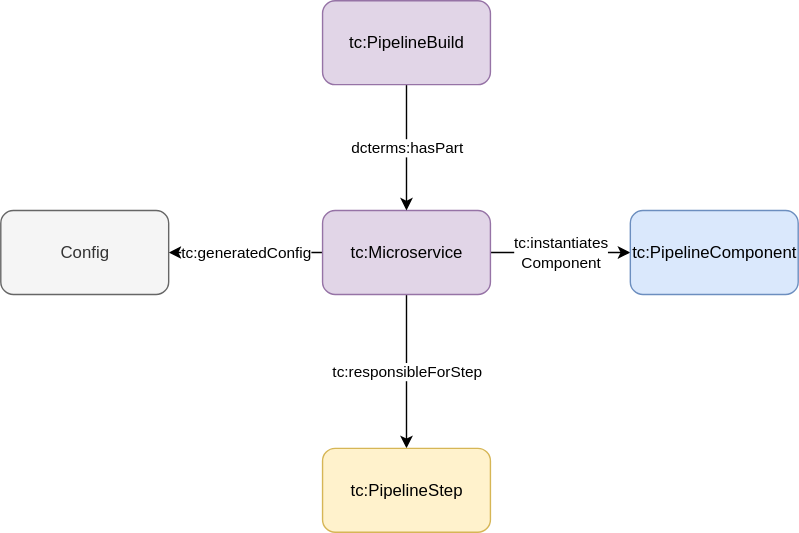
Above: semantic model/diagrams/pipeline_build.svg in thcarsten/toolchain-specification (draw.io), before the change. Source tidied: cells renumbered, new cells last; positions are measured from the earlier drawing's top-left corner, leaving out a move shared by most shapes.
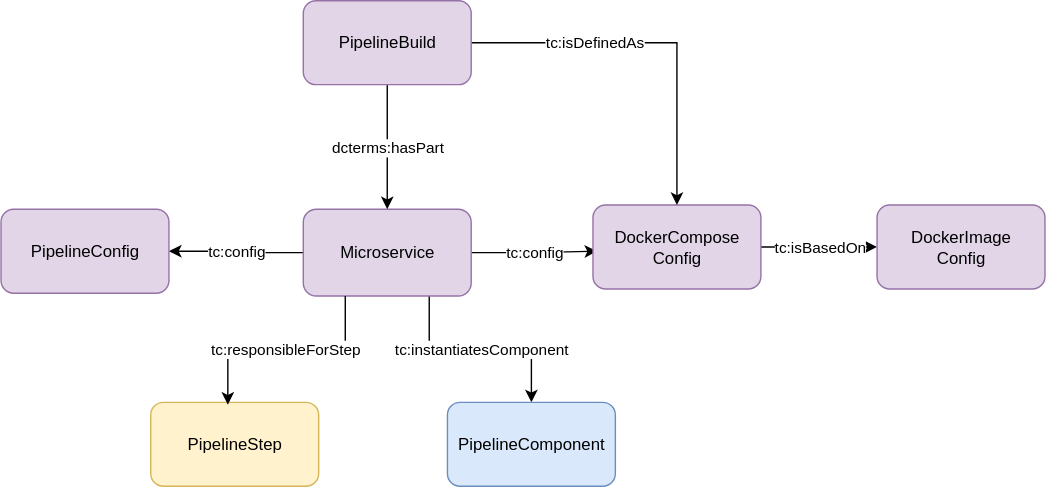
The same diagram one commit later.

What changed in the source:
```diff
@@ -2,32 +2,49 @@
   <root>
     <mxCell id="0" />
     <mxCell id="1" parent="0" />
-    <mxCell id="2" value="tc:generatedConfig" style="edgeStyle=orthogonalEdgeStyle;rounded=0;jettySize=auto;html=1;exitX=0;exitY=0.5;exitDx=0;exitDy=0;" parent="1" edge="1" source="5" target="10">
-      <mxGeometry relative="1" as="geometry" />
-    </mxCell>
-    <mxCell id="3" value="tc:instantiates&lt;div&gt;Component&lt;/div&gt;" style="edgeStyle=orthogonalEdgeStyle;rounded=0;jettySize=auto;html=1;exitX=1;exitY=0.5;exitDx=0;exitDy=0;" parent="1" edge="1" source="5" target="6">
-      <mxGeometry relative="1" as="geometry" />
-    </mxCell>
+    <mxCell id="11" value="tc:config" style="edgeStyle=orthogonalEdgeStyle;rounded=0;jettySize=auto;html=1;exitX=1;exitY=0.5;exitDx=0;exitDy=0;" parent="1" edge="1" source="14">
+      <mxGeometry relative="1" as="geometry">
+        <mxPoint x="1176" y="400" as="targetPoint" />
+      </mxGeometry>
+    </mxCell>
+    <mxCell id="12" value="tc:config" style="edgeStyle=orthogonalEdgeStyle;rounded=0;jettySize=auto;html=1;exitX=0;exitY=0.5;exitDx=0;exitDy=0;" parent="1" edge="1" source="14" target="18">
+      <mxGeometry relative="1" as="geometry" />
+    </mxCell>
+    <mxCell id="13" value="tc:instantiatesComponent" style="edgeStyle=orthogonalEdgeStyle;rounded=0;jettySize=auto;html=1;exitX=0.75;exitY=1;exitDx=0;exitDy=0;entryX=0.5;entryY=0;entryDx=0;entryDy=0;" parent="1" edge="1" source="14" target="15">
+      <mxGeometry relative="1" as="geometry" />
+    </mxCell>
+    <mxCell id="14" value="Microservice" style="rounded=1;whiteSpace=wrap;html=1;fillColor=#e1d5e7;strokeColor=#9673a6;" parent="1" vertex="1">
+      <mxGeometry x="966" y="370" width="120" height="62" as="geometry" />
+    </mxCell>
+    <mxCell id="15" value="PipelineComponent" style="rounded=1;whiteSpace=wrap;html=1;fillColor=#dae8fc;strokeColor=#6c8ebf;" parent="1" vertex="1">
+      <mxGeometry x="1069" y="508" width="120" height="60" as="geometry" />
+    </mxCell>
+    <mxCell id="16" value="tc:isBasedOn" style="edgeStyle=orthogonalEdgeStyle;rounded=0;jettySize=auto;html=1;exitX=1;exitY=0.5;exitDx=0;exitDy=0;entryX=0;entryY=0.5;entryDx=0;entryDy=0;" parent="1" edge="1" source="17" target="21">
+      <mxGeometry relative="1" as="geometry" />
+    </mxCell>
+    <mxCell id="17" value="DockerCompose&lt;div&gt;Config&lt;/div&gt;" style="rounded=1;whiteSpace=wrap;html=1;fillColor=#e1d5e7;strokeColor=#9673a6;" parent="1" vertex="1">
+      <mxGeometry x="1173" y="367" width="120" height="60" as="geometry" />
+    </mxCell>
+    <mxCell id="18" value="PipelineConfig" style="rounded=1;whiteSpace=wrap;html=1;fillColor=#e1d5e7;strokeColor=#9673a6;" parent="1" vertex="1">
+      <mxGeometry x="750" y="370" width="120" height="60" as="geometry" />
+    </mxCell>
+    <mxCell id="7" value="dcterms:hasPart" style="edgeStyle=orthogonalEdgeStyle;rounded=0;jettySize=auto;html=1;exitX=0.5;exitY=1;exitDx=0;exitDy=0;entryX=0.5;entryY=0;entryDx=0;entryDy=0;" parent="1" edge="1" source="20" target="14">
+      <mxGeometry relative="1" as="geometry" />
+    </mxCell>
+    <mxCell id="19" value="tc:isDefinedAs" style="edgeStyle=orthogonalEdgeStyle;rounded=0;jettySize=auto;html=1;exitX=1;exitY=0.5;exitDx=0;exitDy=0;entryX=0.5;entryY=0;entryDx=0;entryDy=0;" parent="1" edge="1" source="20" target="17">
+      <mxGeometry x="-0.33" relative="1" as="geometry" />
+    </mxCell>
+    <mxCell id="20" value="PipelineBuild" style="rounded=1;whiteSpace=wrap;html=1;fillColor=#e1d5e7;strokeColor=#9673a6;" parent="1" vertex="1">
+      <mxGeometry x="966" y="221" width="120" height="60" as="geometry" />
+    </mxCell>
+    <mxCell id="21" value="DockerImage&lt;div&gt;Config&lt;/div&gt;" style="rounded=1;whiteSpace=wrap;html=1;fillColor=#e1d5e7;strokeColor=#9673a6;" parent="1" vertex="1">
+      <mxGeometry x="1376" y="367" width="120" height="60" as="geometry" />
+    </mxCell>
+    <mxCell id="22" value="PipelineStep" style="rounded=1;whiteSpace=wrap;html=1;fillColor=#fff2cc;strokeColor=#d6b656;" parent="1" vertex="1">
+      <mxGeometry x="857" y="508" width="120" height="60" as="geometry" />
+    </mxCell>
-    <mxCell id="4" value="tc:responsibleForStep" style="edgeStyle=orthogonalEdgeStyle;rounded=0;jettySize=auto;html=1;exitX=0.5;exitY=1;exitDx=0;exitDy=0;entryX=0.5;entryY=0;entryDx=0;entryDy=0;" parent="1" edge="1" source="5" target="9">
+    <mxCell id="4" value="tc:responsibleForStep" style="edgeStyle=orthogonalEdgeStyle;rounded=0;jettySize=auto;html=1;exitX=0.25;exitY=1;exitDx=0;exitDy=0;entryX=0.459;entryY=0.028;entryDx=0;entryDy=0;entryPerimeter=0;" parent="1" edge="1" source="14" target="22">
       <mxGeometry relative="1" as="geometry" />
     </mxCell>
-    <mxCell id="5" value="tc:Microservice" style="rounded=1;whiteSpace=wrap;html=1;fillColor=#e1d5e7;strokeColor=#9673a6;" parent="1" vertex="1">
-      <mxGeometry x="230" y="150" width="120" height="60" as="geometry" />
-    </mxCell>
-    <mxCell id="6" value="tc:PipelineComponent" style="rounded=1;whiteSpace=wrap;html=1;fillColor=#dae8fc;strokeColor=#6c8ebf;" parent="1" vertex="1">
-      <mxGeometry x="450" y="150" width="120" height="60" as="geometry" />
-    </mxCell>
-    <mxCell id="7" value="dcterms:hasPart" style="edgeStyle=orthogonalEdgeStyle;rounded=0;jettySize=auto;html=1;exitX=0.5;exitY=1;exitDx=0;exitDy=0;entryX=0.5;entryY=0;entryDx=0;entryDy=0;" parent="1" edge="1" source="8" target="5">
-      <mxGeometry relative="1" as="geometry" />
-    </mxCell>
-    <mxCell id="8" value="tc:PipelineBuild" style="rounded=1;whiteSpace=wrap;html=1;fillColor=#e1d5e7;strokeColor=#9673a6;" parent="1" vertex="1">
-      <mxGeometry x="230" width="120" height="60" as="geometry" />
-    </mxCell>
-    <mxCell id="9" value="tc:PipelineStep" style="rounded=1;whiteSpace=wrap;html=1;fillColor=#fff2cc;strokeColor=#d6b656;" parent="1" vertex="1">
-      <mxGeometry x="230" y="320" width="120" height="60" as="geometry" />
-    </mxCell>
-    <mxCell id="10" value="Config" style="rounded=1;whiteSpace=wrap;html=1;fillColor=#f5f5f5;strokeColor=#666666;fontColor=#333333;" parent="1" vertex="1">
-      <mxGeometry y="150" width="120" height="60" as="geometry" />
-    </mxCell>
   </root>
 </mxGraphModel>
```
